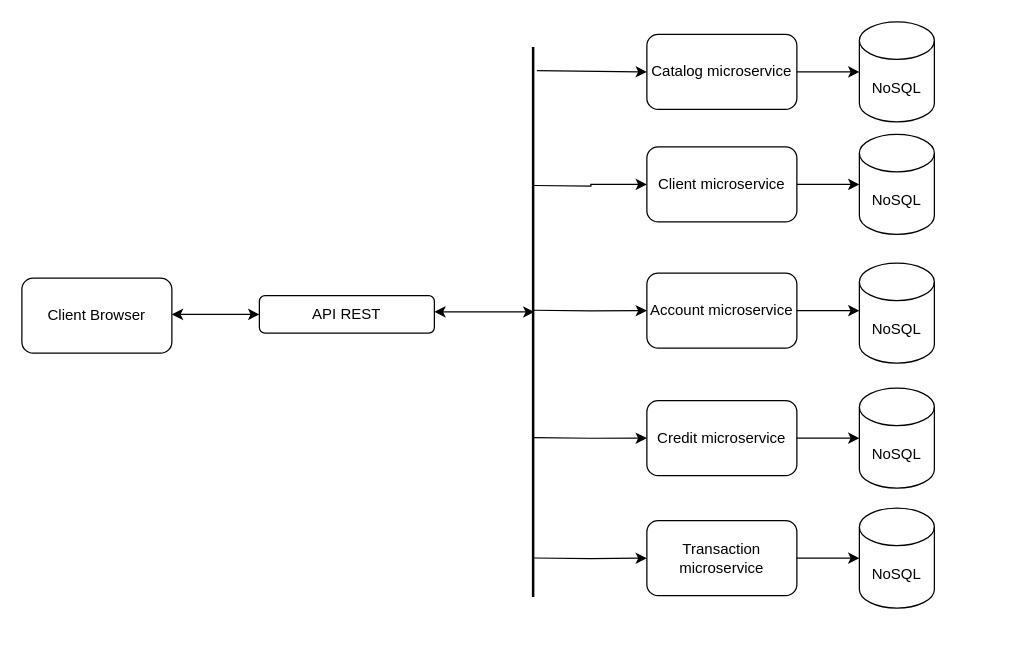
This is esquema.drawio from Burgoos/Proyecto-Semana-1, a draw.io file, before an edit. Source tidied: cells renumbered, new cells numbered last; positions are measured from the earlier drawing's top-left corner, leaving out a move shared by most shapes. Both pictures are drawn from the tidied source at 125%, with x=0, y=0 at pixel (21, 21).
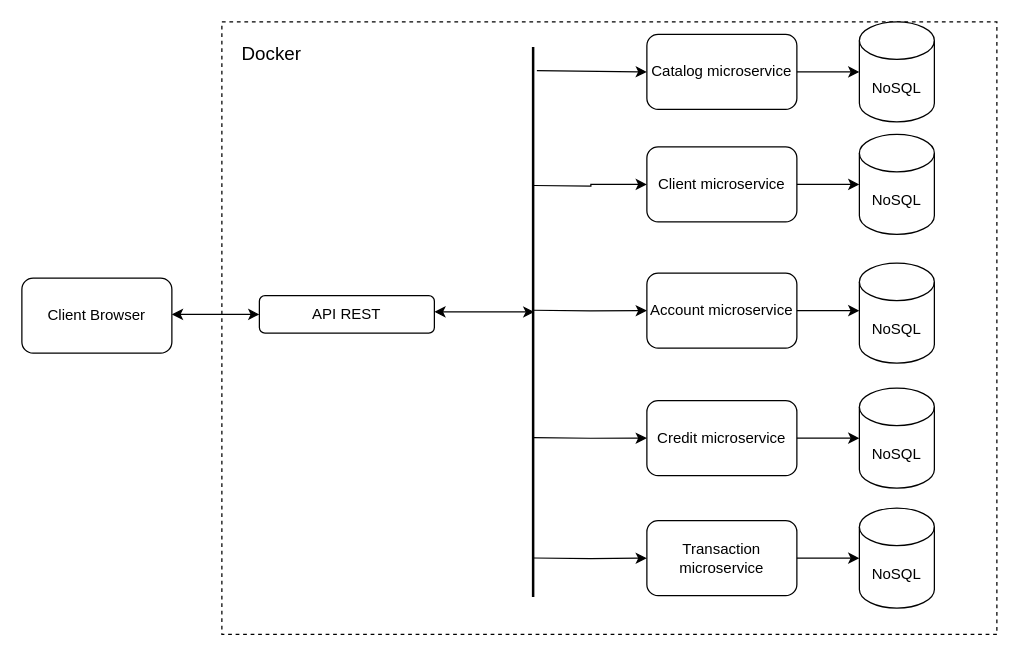
The same page after the edit.

Commit message:
Add docker block

What changed in the source:
```diff
@@
+    <mxCell id="27" style="rounded=0;whiteSpace=wrap;html=1;dashed=1;" parent="1" vertex="1">
+      <mxGeometry x="160" width="620" height="490" as="geometry" />
+    </mxCell>
@@
+    <mxCell id="28" value="&lt;font style=&quot;font-size: 15px&quot;&gt;Docker&lt;/font&gt;" style="text;html=1;strokeColor=none;fillColor=none;align=center;verticalAlign=middle;whiteSpace=wrap;rounded=0;dashed=1;" parent="1" vertex="1">
+      <mxGeometry x="170" y="10" width="60" height="30" as="geometry" />
+    </mxCell>
```
